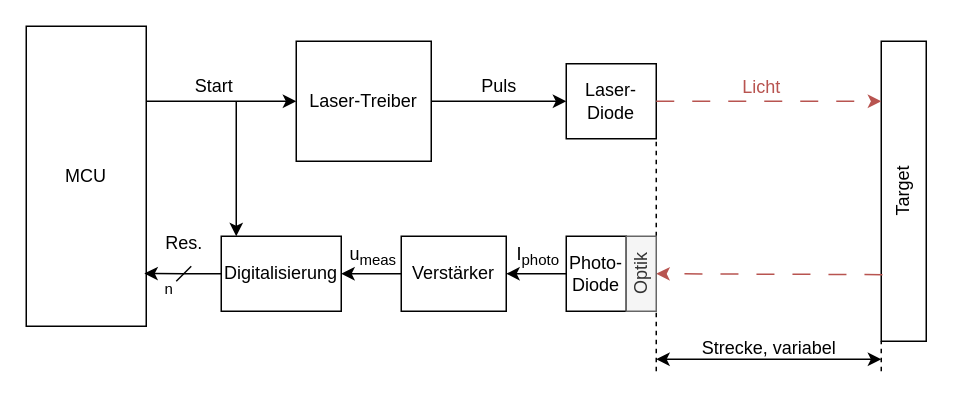
MatiMcFly/DIY_ToF keeps this draw.io diagram as docs/documentation/diagrams/konzept_signalpfad.drawio. Above is the earlier version. Source tidied: cells renumbered, new cells numbered last; positions are measured from the earlier drawing's top-left corner, leaving out a move shared by most shapes. Both pictures are drawn from the tidied source at 150%, with x=0, y=0 at pixel (26, 26).
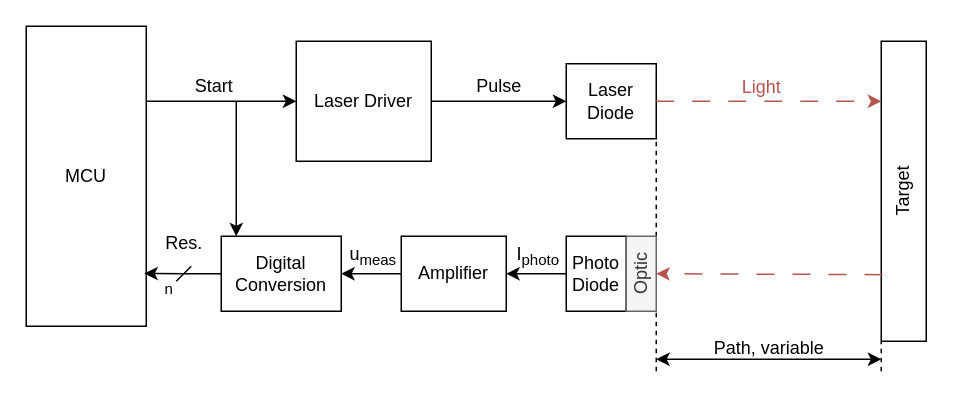
Above is the later version.

Commit message (it also covers changes not shown here):
[docs] translated some diagrams to English

The change refers to these unchanged cells:
```xml
<mxCell id="20" style="group;" parent="1" vertex="1">
  <mxGeometry x="420" y="200" width="150" height="30" as="geometry" />
</mxCell>
```

Diff of the diagram source:
```diff
@@
-    <mxCell id="7" value="Laser-Treiber" style="rounded=0;whiteSpace=wrap;html=1;" parent="1" vertex="1">
+    <mxCell id="7" value="Laser Driver" style="rounded=0;whiteSpace=wrap;html=1;" parent="1" vertex="1">
       <mxGeometry x="180" y="10" width="90" height="80" as="geometry" />
     </mxCell>
-    <mxCell id="8" value="Laser-Diode" style="rounded=0;whiteSpace=wrap;html=1;" parent="1" vertex="1">
+    <mxCell id="8" value="Laser Diode" style="rounded=0;whiteSpace=wrap;html=1;" parent="1" vertex="1">
       <mxGeometry x="360" y="25" width="60" height="50" as="geometry" />
     </mxCell>
@@
-    <mxCell id="12" value="Photo-Diode" style="rounded=0;whiteSpace=wrap;html=1;" parent="1" vertex="1">
+    <mxCell id="12" value="Photo Diode" style="rounded=0;whiteSpace=wrap;html=1;" parent="1" vertex="1">
       <mxGeometry x="360" y="140" width="40" height="50" as="geometry" />
     </mxCell>
@@
-    <mxCell id="14" value="Verstärker" style="rounded=0;whiteSpace=wrap;html=1;" parent="1" vertex="1">
+    <mxCell id="14" value="Amplifier" style="rounded=0;whiteSpace=wrap;html=1;" parent="1" vertex="1">
       <mxGeometry x="250" y="140" width="70" height="50" as="geometry" />
     </mxCell>
-    <mxCell id="15" value="Digitalisierung" style="rounded=0;whiteSpace=wrap;html=1;" parent="1" vertex="1">
+    <mxCell id="15" value="Digital Conversion" style="rounded=0;whiteSpace=wrap;html=1;" parent="1" vertex="1">
       <mxGeometry x="130" y="140" width="80" height="50" as="geometry" />
     </mxCell>
@@
-    <mxCell id="22" value="Strecke, variabel" style="text;html=1;align=center;verticalAlign=middle;strokeColor=none;fillColor=none;" parent="20" vertex="1">
-      <mxGeometry x="20" width="110" height="30" as="geometry" />
+    <mxCell id="22" value="Path, variable" style="text;html=1;align=center;verticalAlign=middle;strokeColor=none;fillColor=none;" parent="20" vertex="1">
+      <mxGeometry x="25" width="100" height="30" as="geometry" />
     </mxCell>
-    <mxCell id="23" value="Puls" style="text;html=1;align=center;verticalAlign=middle;strokeColor=none;fillColor=none;" parent="1" vertex="1">
+    <mxCell id="23" value="Pulse" style="text;html=1;align=center;verticalAlign=middle;strokeColor=none;fillColor=none;" parent="1" vertex="1">
       <mxGeometry x="290" y="25" width="50" height="30" as="geometry" />
     </mxCell>
@@
-    <mxCell id="28" value="Optik" style="rounded=0;whiteSpace=wrap;html=1;horizontal=0;fillColor=#f5f5f5;fontColor=#333333;strokeColor=#666666;" parent="1" vertex="1">
+    <mxCell id="28" value="Optic" style="rounded=0;whiteSpace=wrap;html=1;horizontal=0;fillColor=#f5f5f5;fontColor=#333333;strokeColor=#666666;" parent="1" vertex="1">
       <mxGeometry x="400" y="140" width="20" height="50" as="geometry" />
     </mxCell>
@@
-    <mxCell id="30" value="&lt;font style=&quot;&quot;&gt;Licht&lt;/font&gt;" style="text;html=1;align=center;verticalAlign=middle;strokeColor=none;fillColor=none;fontColor=#B85450;" parent="1" vertex="1">
+    <mxCell id="30" value="&lt;font style=&quot;&quot;&gt;Light&lt;/font&gt;" style="text;html=1;align=center;verticalAlign=middle;strokeColor=none;fillColor=none;fontColor=#B85450;" parent="1" vertex="1">
       <mxGeometry x="465" y="26" width="50" height="30" as="geometry" />
     </mxCell>
```
